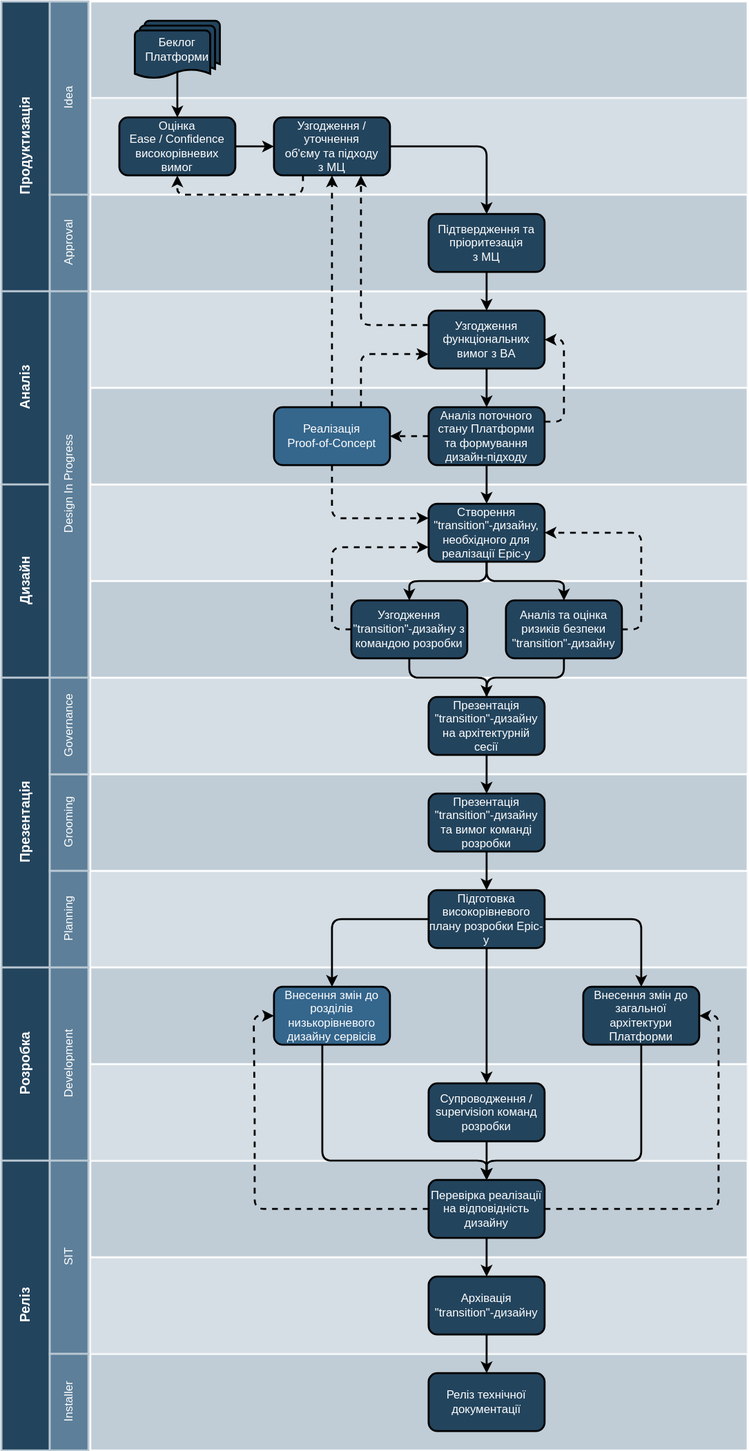
The draw.io diagram modules/arch/images/architecture-workspace/architecture-process.svg in epam/edp-ddm-architecture, before a commit. Source tidied: cells renumbered, new cells last; positions are measured from the earlier drawing's top-left corner, leaving out a move shared by most shapes.
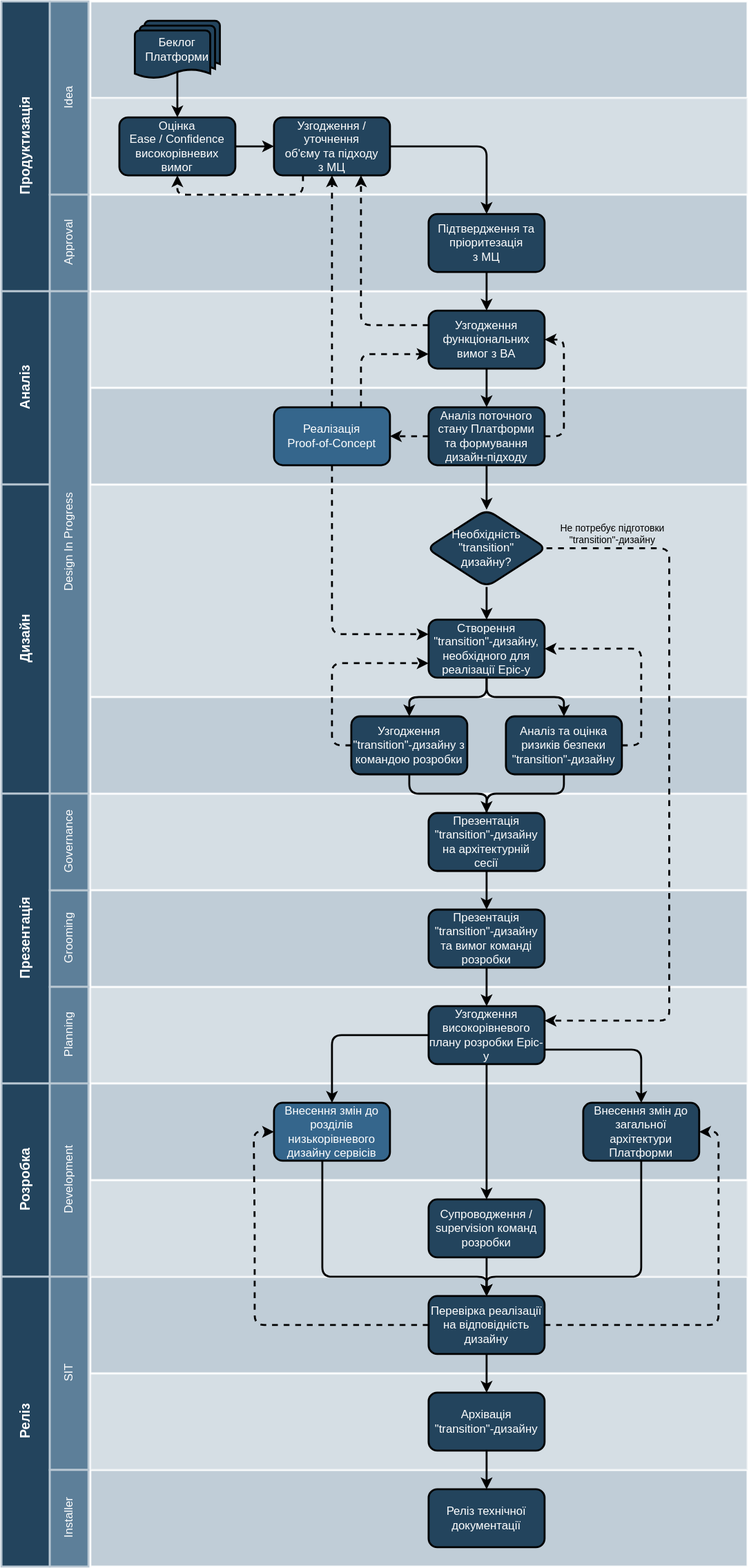
After the commit.

Commit message:
[EDP-DDM-21264] Platform architecture documentation structure

Change to the diagram source:
```diff
@@ -4,49 +4,49 @@
     <mxCell id="1" parent="0" />
-    <mxCell id="2" style="strokeColor=#FFFFFF;fillColor=#BAC8D3;fontSize=18;strokeWidth=2;fontFamily=Helvetica;html=1;opacity=90;" parent="1" vertex="1">
-      <mxGeometry x="92" y="1400" width="680" height="100" as="geometry" />
-    </mxCell>
+    <mxCell id="82" style="strokeColor=#FFFFFF;fillColor=#BAC8D3;fontSize=18;strokeWidth=2;fontFamily=Helvetica;html=1;opacity=90;" parent="1" vertex="1">
+      <mxGeometry x="92" y="1400" width="680" height="100" as="geometry" />
+    </mxCell>
     <mxCell id="3" style="strokeColor=#FFFFFF;fillColor=#BAC8D3;fontSize=18;strokeWidth=2;fontFamily=Helvetica;html=1;opacity=90;" parent="1" vertex="1">
-      <mxGeometry x="92" width="680" height="100" as="geometry" />
+      <mxGeometry x="92" y="-120" width="680" height="100" as="geometry" />
     </mxCell>
-    <mxCell id="4" style="strokeColor=#FFFFFF;fillColor=#BAC8D3;fontSize=18;strokeWidth=2;fontFamily=Helvetica;html=1;opacity=60;" parent="1" vertex="1">
-      <mxGeometry x="92" y="1300" width="680" height="100" as="geometry" />
-    </mxCell>
-    <mxCell id="5" style="strokeColor=#FFFFFF;fillColor=#BAC8D3;fontSize=18;strokeWidth=2;fontFamily=Helvetica;html=1;opacity=90;" parent="1" vertex="1">
-      <mxGeometry x="92" y="1200" width="680" height="100" as="geometry" />
-    </mxCell>
-    <mxCell id="6" style="strokeColor=#FFFFFF;fillColor=#BAC8D3;fontSize=18;strokeWidth=2;fontFamily=Helvetica;html=1;opacity=60;" parent="1" vertex="1">
-      <mxGeometry x="92" y="1100" width="680" height="100" as="geometry" />
-    </mxCell>
-    <mxCell id="7" style="strokeColor=#FFFFFF;fillColor=#BAC8D3;fontSize=18;strokeWidth=2;fontFamily=Helvetica;html=1;opacity=60;" parent="1" vertex="1">
-      <mxGeometry x="92" y="900" width="680" height="100" as="geometry" />
-    </mxCell>
-    <mxCell id="8" style="strokeColor=#FFFFFF;fillColor=#BAC8D3;fontSize=18;strokeWidth=2;fontFamily=Helvetica;html=1;opacity=90;" parent="1" vertex="1">
-      <mxGeometry x="92" y="1000" width="680" height="100" as="geometry" />
-    </mxCell>
-    <mxCell id="9" style="strokeColor=#FFFFFF;fillColor=#BAC8D3;fontSize=18;strokeWidth=2;fontFamily=Helvetica;html=1;opacity=60;" parent="1" vertex="1">
-      <mxGeometry x="92" y="700" width="680" height="100" as="geometry" />
-    </mxCell>
-    <mxCell id="10" style="strokeColor=#FFFFFF;fillColor=#BAC8D3;fontSize=18;strokeWidth=2;fontFamily=Helvetica;html=1;opacity=90;" parent="1" vertex="1">
-      <mxGeometry x="92" y="800" width="680" height="100" as="geometry" />
-    </mxCell>
-    <mxCell id="11" style="strokeColor=#FFFFFF;fillColor=#BAC8D3;fontSize=18;strokeWidth=2;fontFamily=Helvetica;html=1;opacity=60;" parent="1" vertex="1">
-      <mxGeometry x="92" y="500" width="680" height="100" as="geometry" />
-    </mxCell>
-    <mxCell id="12" style="strokeColor=#FFFFFF;fillColor=#BAC8D3;fontSize=18;strokeWidth=2;fontFamily=Helvetica;html=1;opacity=90;" parent="1" vertex="1">
-      <mxGeometry x="92" y="600" width="680" height="100" as="geometry" />
-    </mxCell>
+    <mxCell id="83" style="strokeColor=#FFFFFF;fillColor=#BAC8D3;fontSize=18;strokeWidth=2;fontFamily=Helvetica;html=1;opacity=60;" parent="1" vertex="1">
+      <mxGeometry x="92" y="1300" width="680" height="100" as="geometry" />
+    </mxCell>
+    <mxCell id="84" style="strokeColor=#FFFFFF;fillColor=#BAC8D3;fontSize=18;strokeWidth=2;fontFamily=Helvetica;html=1;opacity=90;" parent="1" vertex="1">
+      <mxGeometry x="92" y="1200" width="680" height="100" as="geometry" />
+    </mxCell>
+    <mxCell id="85" style="strokeColor=#FFFFFF;fillColor=#BAC8D3;fontSize=18;strokeWidth=2;fontFamily=Helvetica;html=1;opacity=60;" parent="1" vertex="1">
+      <mxGeometry x="92" y="1100" width="680" height="100" as="geometry" />
+    </mxCell>
+    <mxCell id="86" style="strokeColor=#FFFFFF;fillColor=#BAC8D3;fontSize=18;strokeWidth=2;fontFamily=Helvetica;html=1;opacity=60;" parent="1" vertex="1">
+      <mxGeometry x="92" y="900" width="680" height="100" as="geometry" />
+    </mxCell>
+    <mxCell id="87" style="strokeColor=#FFFFFF;fillColor=#BAC8D3;fontSize=18;strokeWidth=2;fontFamily=Helvetica;html=1;opacity=90;" parent="1" vertex="1">
+      <mxGeometry x="92" y="1000" width="680" height="100" as="geometry" />
+    </mxCell>
+    <mxCell id="88" style="strokeColor=#FFFFFF;fillColor=#BAC8D3;fontSize=18;strokeWidth=2;fontFamily=Helvetica;html=1;opacity=60;" parent="1" vertex="1">
+      <mxGeometry x="92" y="700" width="680" height="100" as="geometry" />
+    </mxCell>
+    <mxCell id="89" style="strokeColor=#FFFFFF;fillColor=#BAC8D3;fontSize=18;strokeWidth=2;fontFamily=Helvetica;html=1;opacity=90;" parent="1" vertex="1">
+      <mxGeometry x="92" y="800" width="680" height="100" as="geometry" />
+    </mxCell>
+    <mxCell id="90" style="strokeColor=#FFFFFF;fillColor=#BAC8D3;fontSize=18;strokeWidth=2;fontFamily=Helvetica;html=1;opacity=60;" parent="1" vertex="1">
+      <mxGeometry x="92" y="380" width="680" height="220" as="geometry" />
+    </mxCell>
+    <mxCell id="91" style="strokeColor=#FFFFFF;fillColor=#BAC8D3;fontSize=18;strokeWidth=2;fontFamily=Helvetica;html=1;opacity=90;" parent="1" vertex="1">
+      <mxGeometry x="92" y="600" width="680" height="100" as="geometry" />
+    </mxCell>
     <mxCell id="13" style="strokeColor=#FFFFFF;fillColor=#BAC8D3;fontSize=18;strokeWidth=2;fontFamily=Helvetica;html=1;opacity=60;" parent="1" vertex="1">
-      <mxGeometry x="92" y="300" width="680" height="100" as="geometry" />
+      <mxGeometry x="92" y="180" width="680" height="100" as="geometry" />
     </mxCell>
     <mxCell id="14" style="strokeColor=#FFFFFF;fillColor=#BAC8D3;fontSize=18;strokeWidth=2;fontFamily=Helvetica;html=1;opacity=90;" parent="1" vertex="1">
-      <mxGeometry x="92" y="400" width="680" height="100" as="geometry" />
+      <mxGeometry x="92" y="280" width="680" height="100" as="geometry" />
     </mxCell>
     <mxCell id="15" value="&lt;b&gt;Продуктизація&lt;/b&gt;" style="strokeColor=#BAC8D3;fillColor=#23445D;fontSize=14;strokeWidth=2;horizontal=0;fontFamily=Helvetica;html=1;fontColor=#FFFFFF;fontStyle=0;" parent="1" vertex="1">
-      <mxGeometry width="50" height="300" as="geometry" />
+      <mxGeometry y="-120" width="50" height="300" as="geometry" />
     </mxCell>
     <mxCell id="16" style="strokeColor=#FFFFFF;fillColor=#BAC8D3;fontSize=18;strokeWidth=2;fontFamily=Helvetica;html=1;opacity=60;" parent="1" vertex="1">
-      <mxGeometry x="92" y="100" width="680" height="100" as="geometry" />
+      <mxGeometry x="92" y="-20" width="680" height="100" as="geometry" />
     </mxCell>
     <mxCell id="17" style="strokeColor=#FFFFFF;fillColor=#BAC8D3;fontSize=18;strokeWidth=2;fontFamily=Helvetica;html=1;opacity=90;" parent="1" vertex="1">
-      <mxGeometry x="92" y="200" width="680" height="100" as="geometry" />
+      <mxGeometry x="92" y="80" width="680" height="100" as="geometry" />
     </mxCell>
@@ -59,3 +59,3 @@
     <mxCell id="20" value="Оцінка&lt;br&gt;Ease / Confidence&lt;br&gt;високорівневих вимог" style="rounded=1;whiteSpace=wrap;html=1;strokeWidth=2;fontColor=#FFFFFF;fillColor=#23445D;" parent="1" vertex="1">
-      <mxGeometry x="122" y="120" width="120" height="60" as="geometry" />
+      <mxGeometry x="122" width="120" height="60" as="geometry" />
     </mxCell>
@@ -68,3 +68,3 @@
     <mxCell id="23" value="Узгодження / уточнення &lt;br&gt;об'єму та підходу&lt;br&gt;з МЦ" style="rounded=1;whiteSpace=wrap;html=1;strokeWidth=2;fontColor=#FFFFFF;fillColor=#23445D;" parent="1" vertex="1">
-      <mxGeometry x="282" y="120" width="120" height="60" as="geometry" />
+      <mxGeometry x="282" width="120" height="60" as="geometry" />
     </mxCell>
@@ -74,3 +74,3 @@
     <mxCell id="25" value="Підтвердження та пріоритезація&lt;br&gt;з МЦ" style="rounded=1;whiteSpace=wrap;html=1;strokeWidth=2;fontColor=#FFFFFF;fillColor=#23445D;" parent="1" vertex="1">
-      <mxGeometry x="442" y="220" width="120" height="60" as="geometry" />
+      <mxGeometry x="442" y="100" width="120" height="60" as="geometry" />
     </mxCell>
@@ -79,3 +79,3 @@
         <Array as="points">
-          <mxPoint x="372" y="335" />
+          <mxPoint x="372" y="215" />
         </Array>
@@ -87,9 +87,9 @@
     <mxCell id="28" value="Узгодження функціональних вимог з BA" style="rounded=1;whiteSpace=wrap;html=1;strokeWidth=2;fontColor=#FFFFFF;fillColor=#23445D;" parent="1" vertex="1">
-      <mxGeometry x="442" y="320" width="120" height="60" as="geometry" />
+      <mxGeometry x="442" y="200" width="120" height="60" as="geometry" />
     </mxCell>
-    <mxCell id="29" style="edgeStyle=orthogonalEdgeStyle;rounded=1;jettySize=auto;html=1;entryX=1;entryY=0.5;entryDx=0;entryDy=0;strokeWidth=2;fontSize=11;fontColor=#FFFFFF;exitX=1;exitY=0.25;exitDx=0;exitDy=0;dashed=1;" parent="1" edge="1" source="32" target="28">
+    <mxCell id="29" style="edgeStyle=orthogonalEdgeStyle;rounded=1;jettySize=auto;html=1;entryX=1;entryY=0.5;entryDx=0;entryDy=0;strokeWidth=2;fontSize=11;fontColor=#FFFFFF;exitX=1;exitY=0.5;exitDx=0;exitDy=0;dashed=1;" parent="1" edge="1" source="32" target="28">
       <mxGeometry relative="1" as="geometry">
         <Array as="points">
-          <mxPoint x="582" y="435" />
-          <mxPoint x="582" y="350" />
+          <mxPoint x="582" y="330" />
+          <mxPoint x="582" y="230" />
         </Array>
@@ -100,7 +100,7 @@
     </mxCell>
-    <mxCell id="31" style="edgeStyle=orthogonalEdgeStyle;rounded=1;sketch=0;jettySize=auto;html=1;entryX=0.5;entryY=0;entryDx=0;entryDy=0;strokeWidth=2;fontSize=11;fontColor=#FFFFFF;exitX=0.5;exitY=1;exitDx=0;exitDy=0;" parent="1" edge="1" source="32" target="35">
-      <mxGeometry relative="1" as="geometry" />
-    </mxCell>
+    <mxCell id="92" style="edgeStyle=orthogonalEdgeStyle;rounded=1;sketch=0;jettySize=auto;html=1;strokeWidth=2;fontSize=11;fontColor=#FFFFFF;exitX=0.5;exitY=1;exitDx=0;exitDy=0;entryX=0.5;entryY=0;entryDx=0;entryDy=0;" parent="1" edge="1" source="32" target="101">
+      <mxGeometry relative="1" as="geometry" />
+    </mxCell>
     <mxCell id="32" value="Аналіз поточного стану Платформи &lt;br&gt;та формування дизайн-підходу" style="rounded=1;whiteSpace=wrap;html=1;strokeWidth=2;fontColor=#FFFFFF;fillColor=#23445D;" parent="1" vertex="1">
-      <mxGeometry x="442" y="420" width="120" height="60" as="geometry" />
+      <mxGeometry x="442" y="300" width="120" height="60" as="geometry" />
     </mxCell>
@@ -150,5 +150,5 @@
     </mxCell>
-    <mxCell id="41" style="edgeStyle=orthogonalEdgeStyle;rounded=1;sketch=0;jettySize=auto;html=1;strokeWidth=2;fontSize=11;fontColor=#FFFFFF;" parent="1" edge="1" source="42" target="50">
-      <mxGeometry relative="1" as="geometry" />
-    </mxCell>
+    <mxCell id="93" style="edgeStyle=orthogonalEdgeStyle;rounded=1;sketch=0;jettySize=auto;html=1;strokeWidth=2;fontSize=11;fontColor=#FFFFFF;" parent="1" edge="1" source="42" target="97">
+      <mxGeometry relative="1" as="geometry" />
+    </mxCell>
     <mxCell id="42" value="Презентація &quot;transition&quot;-дизайну та вимог команді розробки" style="rounded=1;whiteSpace=wrap;html=1;strokeWidth=2;fontColor=#FFFFFF;fillColor=#23445D;" parent="1" vertex="1">
@@ -166,16 +166,16 @@
     <mxCell id="46" value="Реалізація &lt;br&gt;Proof-of-Concept" style="rounded=1;whiteSpace=wrap;html=1;strokeWidth=2;fontColor=#FFFFFF;fillColor=#35668C;" parent="1" vertex="1">
-      <mxGeometry x="282" y="420" width="120" height="60" as="geometry" />
+      <mxGeometry x="282" y="300" width="120" height="60" as="geometry" />
     </mxCell>
-    <mxCell id="47" style="edgeStyle=orthogonalEdgeStyle;rounded=1;sketch=0;jettySize=auto;html=1;strokeWidth=2;fontSize=11;fontColor=#FFFFFF;entryX=0.5;entryY=0;entryDx=0;entryDy=0;" parent="1" edge="1" source="50" target="52">
-      <mxGeometry relative="1" as="geometry" />
-    </mxCell>
-    <mxCell id="48" style="edgeStyle=orthogonalEdgeStyle;rounded=1;sketch=0;jettySize=auto;html=1;entryX=0.5;entryY=0;entryDx=0;entryDy=0;strokeWidth=2;fontSize=11;fontColor=#FFFFFF;" parent="1" edge="1" source="50" target="54">
-      <mxGeometry relative="1" as="geometry" />
-    </mxCell>
-    <mxCell id="49" style="edgeStyle=orthogonalEdgeStyle;rounded=1;sketch=0;jettySize=auto;html=1;strokeWidth=2;fontSize=11;fontColor=#FFFFFF;" parent="1" edge="1" source="50" target="56">
-      <mxGeometry relative="1" as="geometry" />
-    </mxCell>
-    <mxCell id="50" value="Підготовка високорівневого плану розробки Epic-у" style="rounded=1;whiteSpace=wrap;html=1;strokeWidth=2;fontColor=#FFFFFF;fillColor=#23445D;" parent="1" vertex="1">
-      <mxGeometry x="442" y="920" width="120" height="60" as="geometry" />
-    </mxCell>
+    <mxCell id="94" style="edgeStyle=orthogonalEdgeStyle;rounded=1;sketch=0;jettySize=auto;html=1;strokeWidth=2;fontSize=11;fontColor=#FFFFFF;entryX=0.5;entryY=0;entryDx=0;entryDy=0;exitX=1;exitY=0.75;exitDx=0;exitDy=0;" parent="1" edge="1" source="97" target="52">
+      <mxGeometry relative="1" as="geometry" />
+    </mxCell>
+    <mxCell id="95" style="edgeStyle=orthogonalEdgeStyle;rounded=1;sketch=0;jettySize=auto;html=1;entryX=0.5;entryY=0;entryDx=0;entryDy=0;strokeWidth=2;fontSize=11;fontColor=#FFFFFF;" parent="1" edge="1" source="97" target="54">
+      <mxGeometry relative="1" as="geometry" />
+    </mxCell>
+    <mxCell id="96" style="edgeStyle=orthogonalEdgeStyle;rounded=1;sketch=0;jettySize=auto;html=1;strokeWidth=2;fontSize=11;fontColor=#FFFFFF;" parent="1" edge="1" source="97" target="56">
+      <mxGeometry relative="1" as="geometry" />
+    </mxCell>
+    <mxCell id="97" value="Узгодження високорівневого плану розробки Epic-у" style="rounded=1;whiteSpace=wrap;html=1;strokeWidth=2;fontColor=#FFFFFF;fillColor=#23445D;" parent="1" vertex="1">
+      <mxGeometry x="442" y="920" width="120" height="60" as="geometry" />
+    </mxCell>
     <mxCell id="51" style="edgeStyle=orthogonalEdgeStyle;rounded=1;sketch=0;jettySize=auto;html=1;entryX=0.5;entryY=0;entryDx=0;entryDy=0;strokeWidth=2;fontSize=11;fontColor=#FFFFFF;exitX=0.5;exitY=1;exitDx=0;exitDy=0;" parent="1" edge="1" source="52" target="60">
@@ -239,9 +239,9 @@
     <mxCell id="63" value="&lt;span style=&quot;font-size: 12px;&quot;&gt;Беклог Платформи&lt;/span&gt;" style="strokeWidth=2;html=1;shape=mxgraph.flowchart.multi-document;whiteSpace=wrap;rounded=1;fontSize=11;fontColor=#FFFFFF;fillColor=#23445D;" parent="1" vertex="1">
-      <mxGeometry x="138" y="20" width="88" height="60" as="geometry" />
+      <mxGeometry x="138" y="-100" width="88" height="60" as="geometry" />
     </mxCell>
     <mxCell id="64" value="&lt;b&gt;Аналіз&lt;/b&gt;" style="strokeColor=#BAC8D3;fillColor=#23445D;fontSize=14;strokeWidth=2;horizontal=0;fontFamily=Helvetica;html=1;fontColor=#FFFFFF;fontStyle=0;" parent="1" vertex="1">
-      <mxGeometry y="300" width="50" height="200" as="geometry" />
+      <mxGeometry y="180" width="50" height="200" as="geometry" />
     </mxCell>
     <mxCell id="65" value="&lt;b&gt;Дизайн&lt;/b&gt;" style="strokeColor=#BAC8D3;fillColor=#23445D;fontSize=14;strokeWidth=2;horizontal=0;fontFamily=Helvetica;html=1;fontColor=#FFFFFF;fontStyle=0;" parent="1" vertex="1">
-      <mxGeometry y="500" width="50" height="200" as="geometry" />
+      <mxGeometry y="380" width="50" height="320" as="geometry" />
     </mxCell>
@@ -260,9 +260,9 @@
     <mxCell id="70" value="Idea" style="strokeColor=#BAC8D3;fillColor=#5d7f99;fontSize=12;strokeWidth=2;horizontal=0;fontFamily=Helvetica;html=1;labelBackgroundColor=none;fontColor=#FFFFFF;" parent="1" vertex="1">
-      <mxGeometry x="50" width="40" height="200" as="geometry" />
+      <mxGeometry x="50" y="-120" width="40" height="200" as="geometry" />
     </mxCell>
     <mxCell id="71" value="Approval" style="strokeColor=#BAC8D3;fillColor=#5d7f99;fontSize=12;strokeWidth=2;horizontal=0;fontFamily=Helvetica;html=1;labelBackgroundColor=none;fontColor=#FFFFFF;" parent="1" vertex="1">
-      <mxGeometry x="50" y="200" width="40" height="100" as="geometry" />
+      <mxGeometry x="50" y="80" width="40" height="100" as="geometry" />
     </mxCell>
     <mxCell id="72" value="Design In Progress" style="strokeColor=#BAC8D3;fillColor=#5d7f99;fontSize=12;strokeWidth=2;horizontal=0;fontFamily=Helvetica;html=1;labelBackgroundColor=none;fontColor=#FFFFFF;" parent="1" vertex="1">
-      <mxGeometry x="50" y="300" width="40" height="400" as="geometry" />
+      <mxGeometry x="50" y="180" width="40" height="520" as="geometry" />
     </mxCell>
@@ -295,2 +295,21 @@
     </mxCell>
+    <mxCell id="98" style="edgeStyle=orthogonalEdgeStyle;rounded=0;jettySize=auto;html=1;fontColor=#FFFFFF;strokeWidth=2;" parent="1" edge="1" source="101" target="35">
+      <mxGeometry relative="1" as="geometry" />
+    </mxCell>
+    <mxCell id="99" style="edgeStyle=orthogonalEdgeStyle;rounded=1;jettySize=auto;html=1;entryX=1;entryY=0.25;entryDx=0;entryDy=0;strokeWidth=2;fontColor=#FFFFFF;dashed=1;" parent="1" edge="1" source="101" target="97">
+      <mxGeometry relative="1" as="geometry">
+        <Array as="points">
+          <mxPoint x="691" y="446" />
+          <mxPoint x="691" y="935" />
+        </Array>
+      </mxGeometry>
+    </mxCell>
+    <mxCell id="100" value="Не потребує підготовки&lt;br style=&quot;font-size: 10px;&quot;&gt;&quot;transition&quot;-дизайну" style="edgeLabel;html=1;align=center;verticalAlign=middle;fontColor=#000000;labelBackgroundColor=none;fontSize=10;" parent="99" vertex="1">
+      <mxGeometry x="-0.82" y="1" relative="1" as="geometry">
+        <mxPoint x="-1" y="-15" as="offset" />
+      </mxGeometry>
+    </mxCell>
+    <mxCell id="101" value="Необхідність &quot;transition&quot;&lt;br&gt;дизайну?" style="rhombus;whiteSpace=wrap;html=1;fillColor=#23445D;strokeWidth=2;rounded=1;fontColor=#FFFFFF;" parent="1" vertex="1">
+      <mxGeometry x="440" y="406" width="124" height="80" as="geometry" />
+    </mxCell>
   </root>
```
